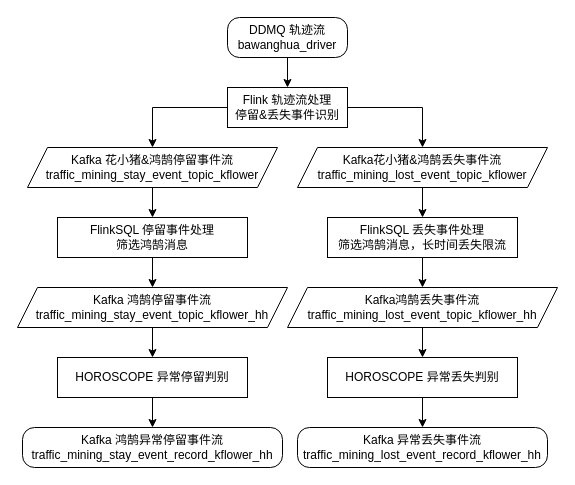
MaverickZwt/hangzhou_house_knowledge keeps this draw.io diagram as Untitled Diagram.drawio. Above is the earlier version. Source tidied: cells renumbered, new cells numbered last; positions are measured from the earlier drawing's top-left corner, leaving out a move shared by most shapes. Both pictures are drawn from the tidied source at 100%, with x=0, y=0 at pixel (17, 17).
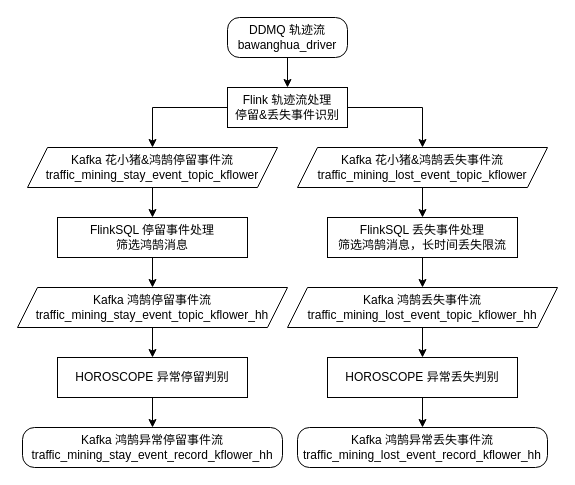
The same diagram, later.

Change to the diagram source:
```diff
@@
-    <mxCell id="10" value="Kafka花小猪&amp;amp;鸿鹄丢失事件流&lt;br&gt;traffic_mining_lost_event_topic_kflower" style="shape=parallelogram;perimeter=parallelogramPerimeter;whiteSpace=wrap;html=1;fixedSize=1;" parent="1" vertex="1">
+    <mxCell id="10" value="Kafka 花小猪&amp;amp;鸿鹄丢失事件流&lt;br&gt;traffic_mining_lost_event_topic_kflower" style="shape=parallelogram;perimeter=parallelogramPerimeter;whiteSpace=wrap;html=1;fixedSize=1;" parent="1" vertex="1">
       <mxGeometry x="280" y="130" width="250" height="40" as="geometry" />
     </mxCell>
@@
-    <mxCell id="20" value="Kafka 异常丢失事件流&lt;br&gt;traffic_mining_lost_event_record_kflower_hh" style="rounded=1;whiteSpace=wrap;html=1;arcSize=30;" parent="1" vertex="1">
+    <mxCell id="20" value="Kafka 鸿鹄异常丢失事件流&lt;br&gt;traffic_mining_lost_event_record_kflower_hh" style="rounded=1;whiteSpace=wrap;html=1;arcSize=30;" parent="1" vertex="1">
       <mxGeometry x="280" y="410" width="250" height="40" as="geometry" />
     </mxCell>
@@
-    <mxCell id="24" value="Kafka鸿鹄丢失事件流&lt;br&gt;traffic_mining_lost_event_topic_kflower_hh" style="shape=parallelogram;perimeter=parallelogramPerimeter;whiteSpace=wrap;html=1;fixedSize=1;" parent="1" vertex="1">
+    <mxCell id="24" value="Kafka 鸿鹄丢失事件流&lt;br&gt;traffic_mining_lost_event_topic_kflower_hh" style="shape=parallelogram;perimeter=parallelogramPerimeter;whiteSpace=wrap;html=1;fixedSize=1;" parent="1" vertex="1">
       <mxGeometry x="270" y="270" width="270" height="40" as="geometry" />
     </mxCell>
```
